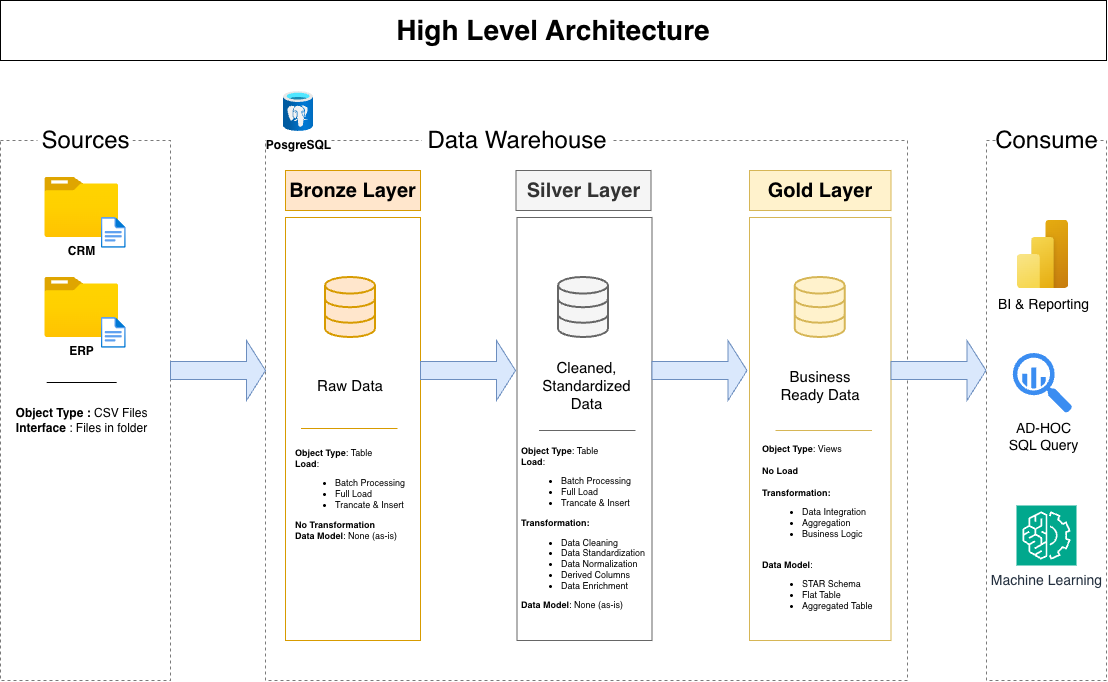
Before: docs/Architecture.png, a diagram exported from draw.io (Fakhruddin-Hussain/data-warehouse-project). Source tidied: cells renumbered, new cells last; positions are measured from the earlier drawing's top-left corner, leaving out a move shared by most shapes.
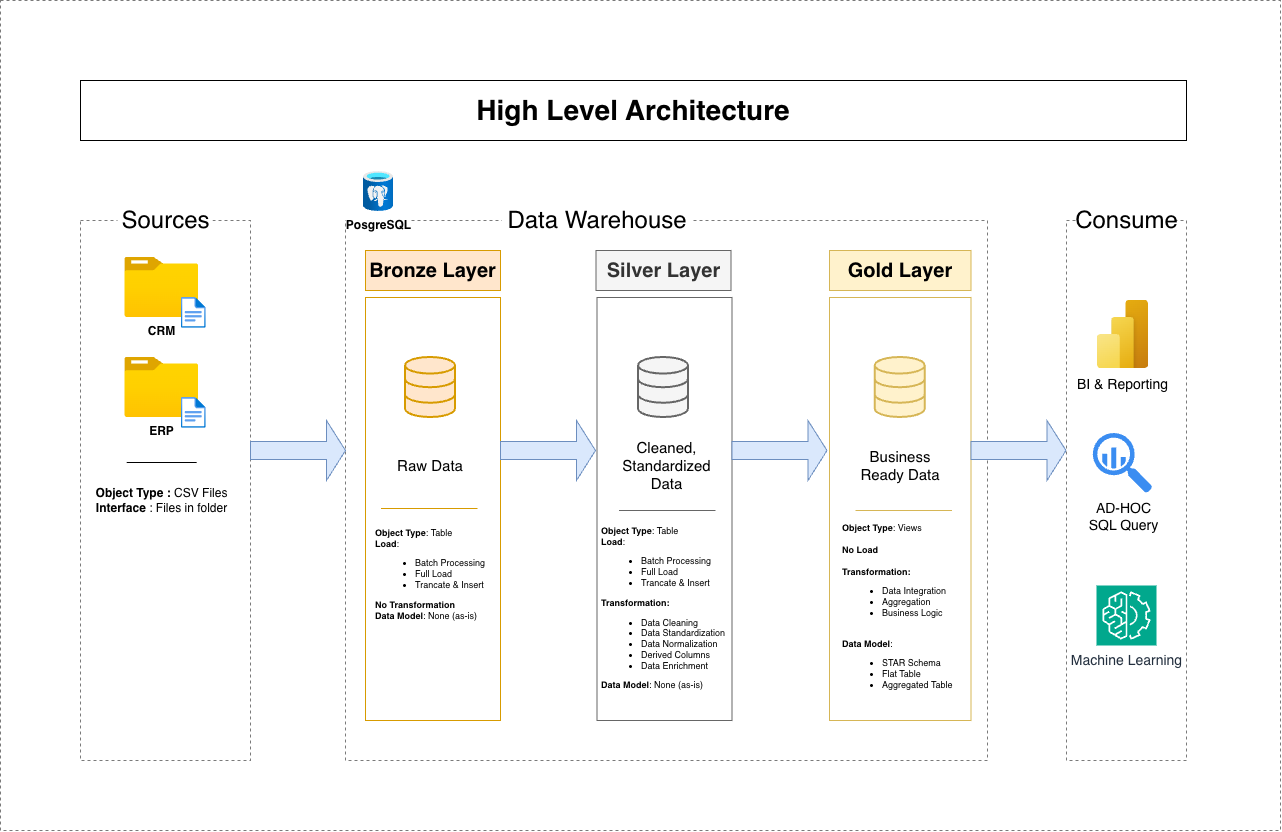
Above is the later version.

What changed in the source:
```diff
@@ -140,5 +140,8 @@
     <mxCell id="40" value="&lt;b&gt;&lt;font style=&quot;font-size: 28px;&quot;&gt;High Level Architecture&lt;/font&gt;&lt;/b&gt;" style="rounded=0;whiteSpace=wrap;html=1;fillColor=default;" parent="1" vertex="1">
       <mxGeometry width="1106" height="60" as="geometry" />
     </mxCell>
+    <mxCell id="41" style="rounded=0;whiteSpace=wrap;html=1;fillColor=none;dashed=1;strokeColor=light-dark(#7a7a7a, #ededed);" parent="1" vertex="1">
+      <mxGeometry x="-80" y="-80" width="1280" height="830" as="geometry" />
+    </mxCell>
   </root>
 </mxGraphModel>
```
